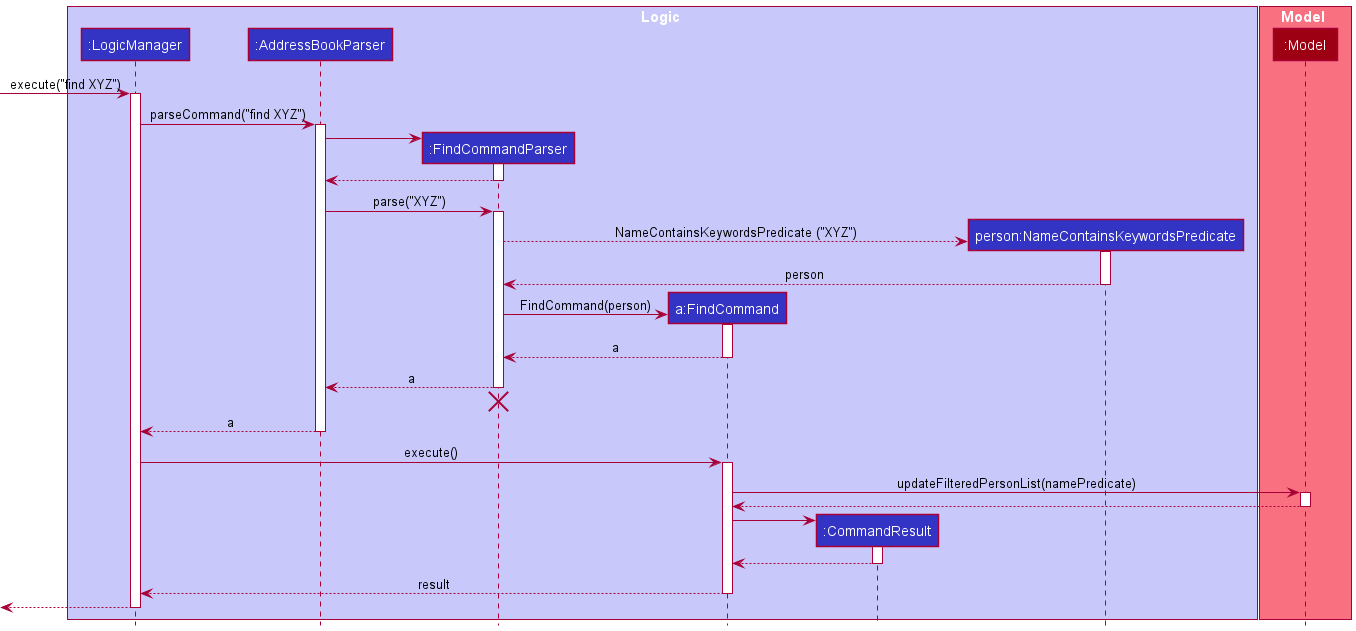
Above: docs/images/FindSequenceDiagram.png in nus-cs2103-AY2122S2/tp (PlantUML), before the change.
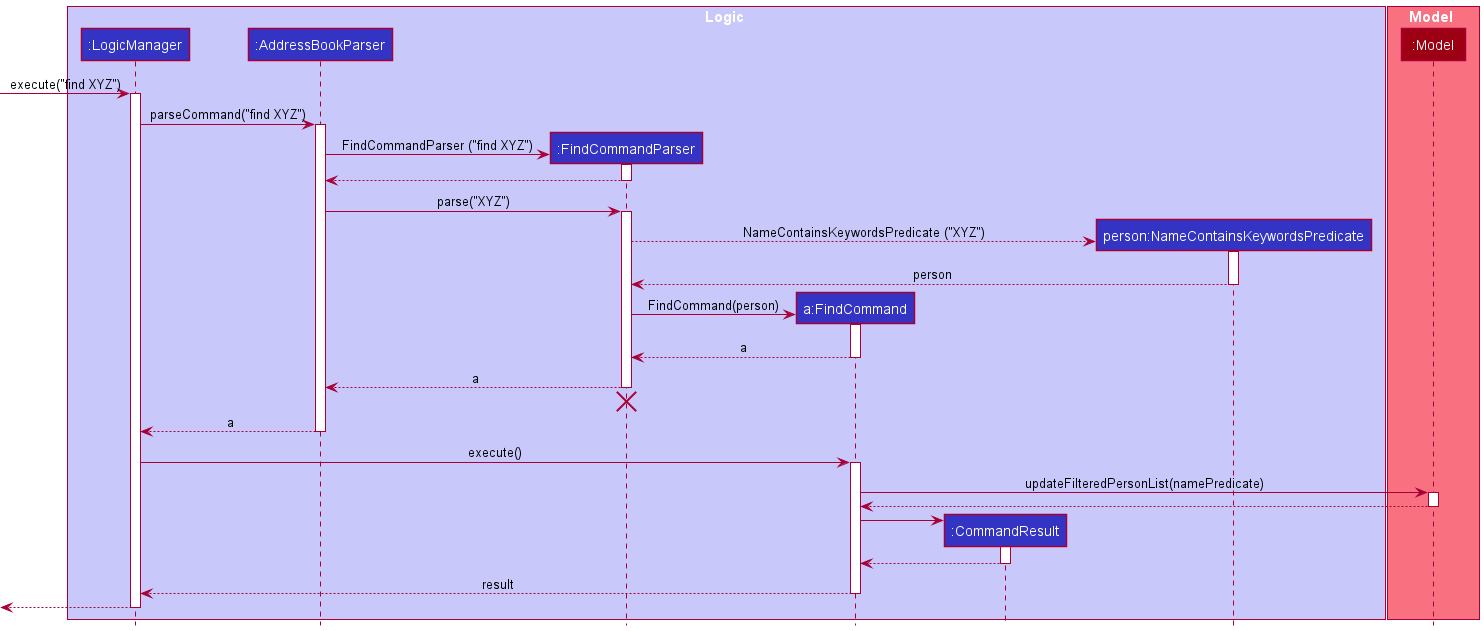
The same diagram one commit later.

Commit message:
Update DG - potential import - testing for find

The edit, as a diff of the source:
```diff
@@ -22,7 +22,7 @@
 activate AddressBookParser
 
 create FindCommandParser
-AddressBookParser -> FindCommandParser
+AddressBookParser -> FindCommandParser : FindCommandParser ("find XYZ")
 activate FindCommandParser
 
 FindCommandParser --> AddressBookParser
```
